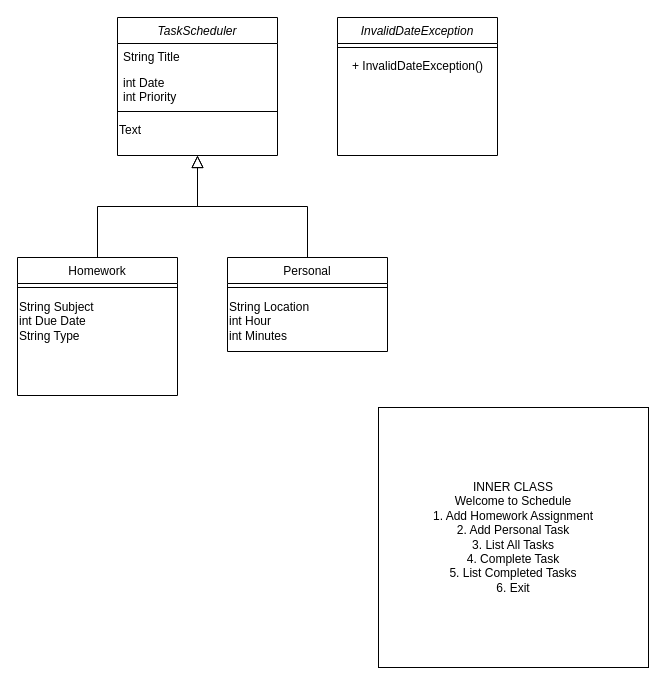
Above: StudentScheduler.drawio in CS112-2564-Fall2024/ud1-team-orchard (draw.io), before the change. Source tidied: cells renumbered, new cells numbered last; positions are measured from the earlier drawing's top-left corner, leaving out a move shared by most shapes. Both pictures are drawn from the tidied source at 100%, with x=0, y=0 at pixel (17, 17).
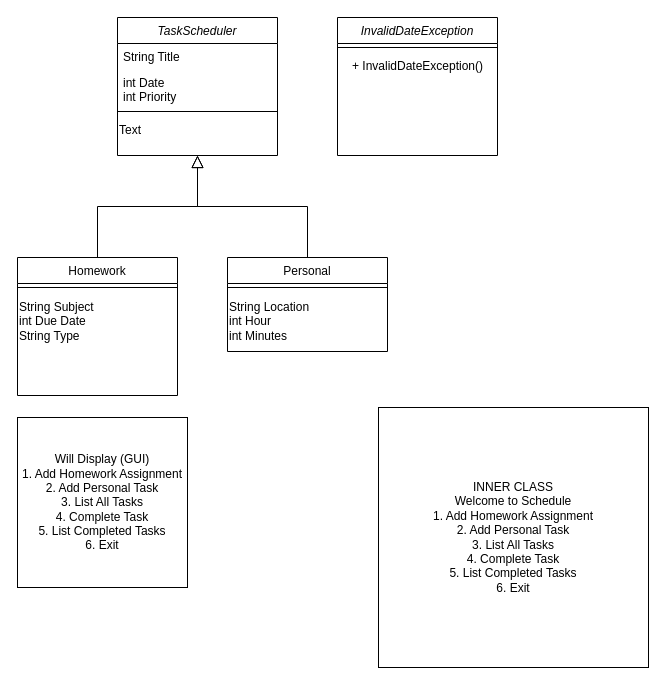
The same page after the edit.

The edit, as a diff of the source:
```diff
@@
 <mxGraphModel>
   <root>
     <mxCell id="0" />
     <mxCell id="1" parent="0" />
     <mxCell id="2" value="TaskScheduler" style="swimlane;fontStyle=2;align=center;verticalAlign=top;horizontal=1;startSize=26;rounded=0;shadow=0;strokeWidth=1;" parent="1" vertex="1">
       <mxGeometry x="100" width="160" height="138" as="geometry" />
     </mxCell>
     <mxCell id="3" value="String Title" style="text;align=left;verticalAlign=top;spacingLeft=4;spacingRight=4;overflow=hidden;" parent="2" vertex="1">
       <mxGeometry y="26" width="160" height="26" as="geometry" />
     </mxCell>
     <mxCell id="4" value="int Date&#10;int Priority&#10;&#10;&#10;" style="text;align=left;verticalAlign=top;spacingLeft=4;spacingRight=4;overflow=hidden;rounded=0;shadow=0;html=0;" parent="2" vertex="1">
       <mxGeometry y="52" width="160" height="38" as="geometry" />
     </mxCell>
     <mxCell id="5" style="line;html=1;strokeWidth=1;align=left;verticalAlign=middle;spacingTop=-1;spacingLeft=3;spacingRight=3;labelPosition=right;" parent="2" vertex="1">
       <mxGeometry y="90" width="160" height="8" as="geometry" />
     </mxCell>
     <mxCell id="6" value="&lt;div align=&quot;left&quot;&gt;Text&lt;/div&gt;" style="text;html=1;align=left;verticalAlign=middle;strokeColor=none;fillColor=none;" parent="2" vertex="1">
       <mxGeometry y="98" width="160" height="30" as="geometry" />
     </mxCell>
     <mxCell id="7" value="Homework" style="swimlane;fontStyle=0;align=center;verticalAlign=top;horizontal=1;startSize=26;rounded=0;shadow=0;strokeWidth=1;" parent="1" vertex="1">
       <mxGeometry y="240" width="160" height="138" as="geometry" />
     </mxCell>
     <mxCell id="8" style="line;html=1;strokeWidth=1;align=left;verticalAlign=middle;spacingTop=-1;spacingLeft=3;spacingRight=3;labelPosition=right;" parent="7" vertex="1">
       <mxGeometry y="26" width="160" height="8" as="geometry" />
     </mxCell>
     <mxCell id="9" value="String Subject&lt;br&gt;int Due Date&lt;br&gt;String Type" style="text;html=1;align=left;verticalAlign=middle;strokeColor=none;fillColor=none;" parent="7" vertex="1">
       <mxGeometry y="34" width="160" height="60" as="geometry" />
     </mxCell>
     <mxCell id="10" style="endArrow=block;endSize=10;endFill=0;shadow=0;strokeWidth=1;rounded=0;curved=0;edgeStyle=elbowEdgeStyle;elbow=vertical;" parent="1" edge="1" source="7" target="2">
       <mxGeometry relative="1" as="geometry" />
     </mxCell>
     <mxCell id="11" value="Personal" style="swimlane;fontStyle=0;align=center;verticalAlign=top;horizontal=1;startSize=26;rounded=0;shadow=0;strokeWidth=1;" parent="1" vertex="1">
       <mxGeometry x="210" y="240" width="160" height="94" as="geometry" />
     </mxCell>
     <mxCell id="12" style="line;html=1;strokeWidth=1;align=left;verticalAlign=middle;spacingTop=-1;spacingLeft=3;spacingRight=3;labelPosition=right;" parent="11" vertex="1">
       <mxGeometry y="26" width="160" height="8" as="geometry" />
     </mxCell>
     <mxCell id="13" value="String Location&lt;br&gt;int Hour&lt;br&gt;int Minutes" style="text;html=1;align=left;verticalAlign=middle;strokeColor=none;fillColor=none;" parent="11" vertex="1">
       <mxGeometry y="34" width="160" height="60" as="geometry" />
     </mxCell>
     <mxCell id="14" style="endArrow=block;endSize=10;endFill=0;shadow=0;strokeWidth=1;rounded=0;curved=0;edgeStyle=elbowEdgeStyle;elbow=vertical;" parent="1" edge="1" source="11" target="2">
       <mxGeometry relative="1" as="geometry" />
     </mxCell>
     <mxCell id="15" value="INNER CLASS&lt;br&gt;Welcome to Schedule&lt;br&gt;1. Add Homework Assignment&lt;br&gt;2. Add Personal Task&lt;br&gt;3. List All Tasks&lt;br&gt;&lt;div&gt;4. Complete Task&lt;br&gt;5. List Completed Tasks&lt;br&gt;&lt;/div&gt;&lt;div&gt;6. Exit&lt;br&gt;&lt;/div&gt;" style="rounded=0;whiteSpace=wrap;html=1;" parent="1" vertex="1">
       <mxGeometry x="361" y="390" width="270" height="260" as="geometry" />
     </mxCell>
     <mxCell id="16" value="InvalidDateException" style="swimlane;fontStyle=2;align=center;verticalAlign=top;horizontal=1;startSize=26;rounded=0;shadow=0;strokeWidth=1;" parent="1" vertex="1">
       <mxGeometry x="320" width="160" height="138" as="geometry" />
     </mxCell>
     <mxCell id="17" style="line;html=1;strokeWidth=1;align=left;verticalAlign=middle;spacingTop=-1;spacingLeft=3;spacingRight=3;labelPosition=right;" parent="16" vertex="1">
       <mxGeometry y="26" width="160" height="8" as="geometry" />
     </mxCell>
     <mxCell id="18" value="+ InvalidDateException()" style="text;html=1;align=center;verticalAlign=middle;strokeColor=none;fillColor=none;" parent="16" vertex="1">
       <mxGeometry y="34" width="160" height="30" as="geometry" />
     </mxCell>
+    <mxCell id="19" value="Will Display (GUI)&lt;br&gt;1. Add Homework Assignment&lt;br&gt;2. Add Personal Task&lt;br&gt;3. List All Tasks&lt;br&gt;&lt;div&gt;4. Complete Task&lt;br&gt;5. List Completed Tasks&lt;br&gt;&lt;/div&gt;&lt;div&gt;6. Exit&lt;br&gt;&lt;/div&gt;" style="whiteSpace=wrap;html=1;" parent="1" vertex="1">
+      <mxGeometry y="400" width="170" height="170" as="geometry" />
+    </mxCell>
   </root>
 </mxGraphModel>
```
